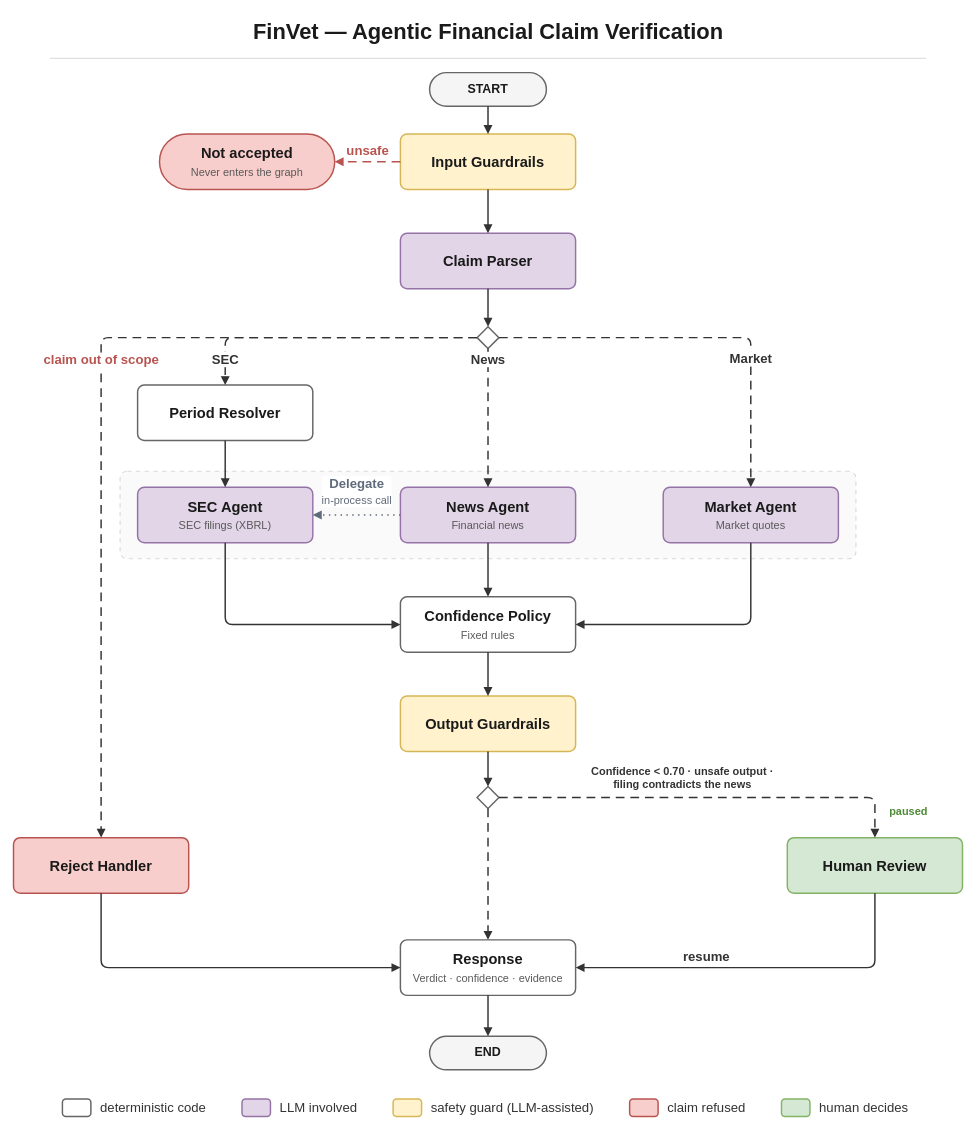
danielberhane/finvet keeps this draw.io diagram as docs/diagrams/finvet-pipeline.drawio. Above is the earlier version. Source tidied: cells renumbered, new cells numbered last; positions are measured from the earlier drawing's top-left corner, leaving out a move shared by most shapes. Both pictures are drawn from the tidied source at 73%, with x=0, y=0 at pixel (13, 12).
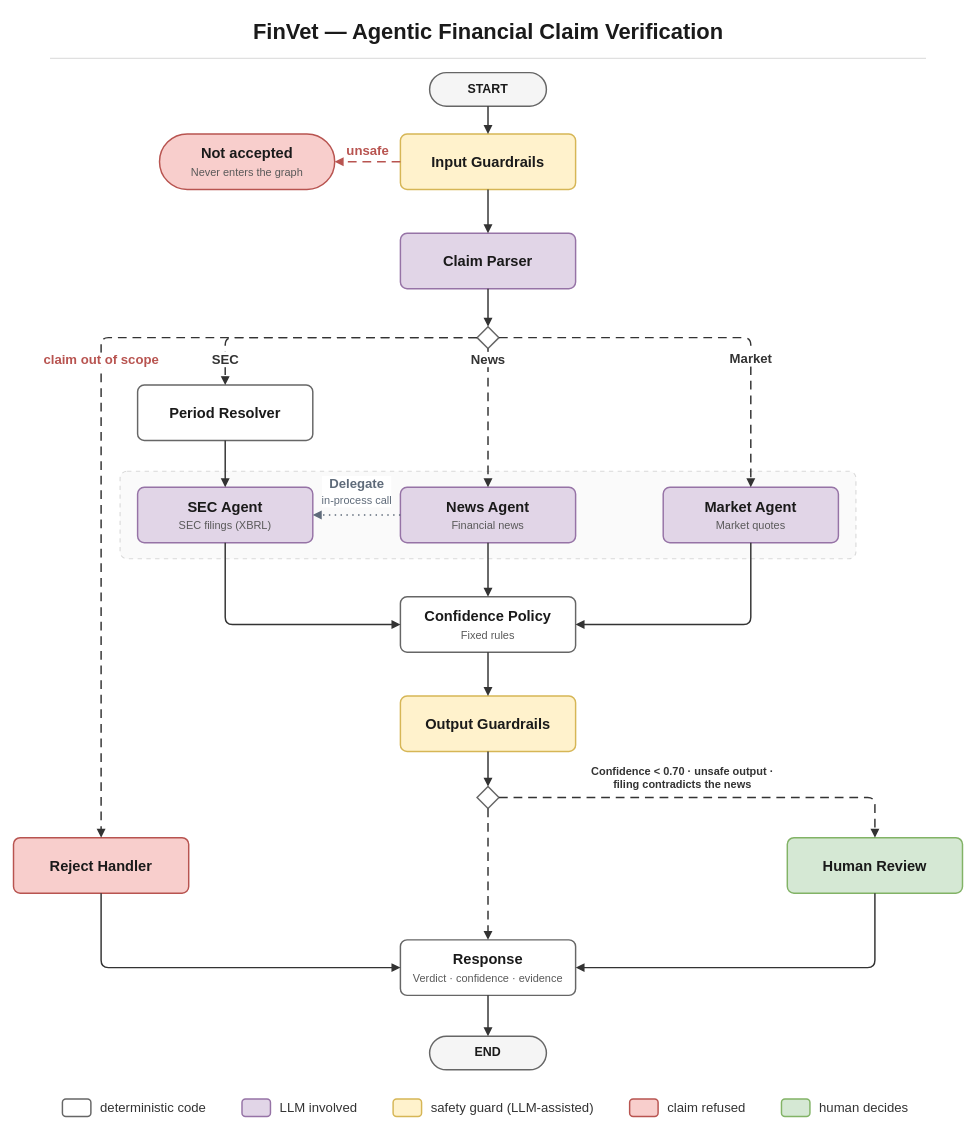
The same page after the edit.

Commit message (it also covers changes not shown here):
docs(diagram): drop the paused and resume labels (#55)

Unchanged cells that the change refers to:
```xml
<mxCell id="18" value="&lt;b&gt;Human Review&lt;/b&gt;" style="rounded=1;arcSize=12;whiteSpace=wrap;html=1;fontFamily=Helvetica;fontSize=20;fontColor=#1A1A1A;fillColor=#D5E8D4;strokeColor=#82B366;strokeWidth=2;" parent="1" vertex="1">
  <mxGeometry x="1060" y="1130" width="240" height="76" as="geometry" />
</mxCell>
<mxCell id="19" value="&lt;b&gt;Response&lt;/b&gt;&lt;br&gt;&lt;span style=&quot;font-size:15px;color:#595959;&quot;&gt;Verdict · confidence · evidence&lt;/span&gt;" style="rounded=1;arcSize=12;whiteSpace=wrap;html=1;fontFamily=Helvetica;fontSize=20;fontColor=#1A1A1A;fillColor=#FFFFFF;strokeColor=#666666;strokeWidth=2;" parent="1" vertex="1">
  <mxGeometry x="530" y="1270" width="240" height="76" as="geometry" />
</mxCell>
```

What changed in the source:
```diff
@@
-    <mxCell id="37" value="&lt;b&gt;paused&lt;/b&gt;" style="text;html=1;align=left;verticalAlign=middle;fontFamily=Helvetica;fontSize=15;fontColor=#4D8A36;" parent="1" vertex="1">
-      <mxGeometry x="1198" y="1082" width="90" height="22" as="geometry" />
-    </mxCell>
@@
-    <mxCell id="40" value="&lt;b&gt;resume&lt;/b&gt;" style="edgeStyle=orthogonalEdgeStyle;rounded=1;jettySize=auto;html=1;strokeWidth=2;endArrow=block;endFill=1;endSize=7;fontFamily=Helvetica;fontSize=18;labelBackgroundColor=#FFFFFF;jumpStyle=arc;jumpSize=10;strokeColor=#333333;fontColor=#333333;exitX=0.5;exitY=1;exitDx=0;exitDy=0;entryX=1;entryY=0.5;entryDx=0;entryDy=0;" parent="1" edge="1" source="18" target="19">
+    <mxCell id="40" style="edgeStyle=orthogonalEdgeStyle;rounded=1;jettySize=auto;html=1;strokeWidth=2;endArrow=block;endFill=1;endSize=7;fontFamily=Helvetica;fontSize=18;labelBackgroundColor=#FFFFFF;jumpStyle=arc;jumpSize=10;strokeColor=#333333;fontColor=#333333;exitX=0.5;exitY=1;exitDx=0;exitDy=0;entryX=1;entryY=0.5;entryDx=0;entryDy=0;" parent="1" edge="1" source="18" target="19">
       <mxGeometry x="0.3" relative="1" as="geometry">
         <mxPoint y="-15" as="offset" />
       </mxGeometry>
     </mxCell>
```
